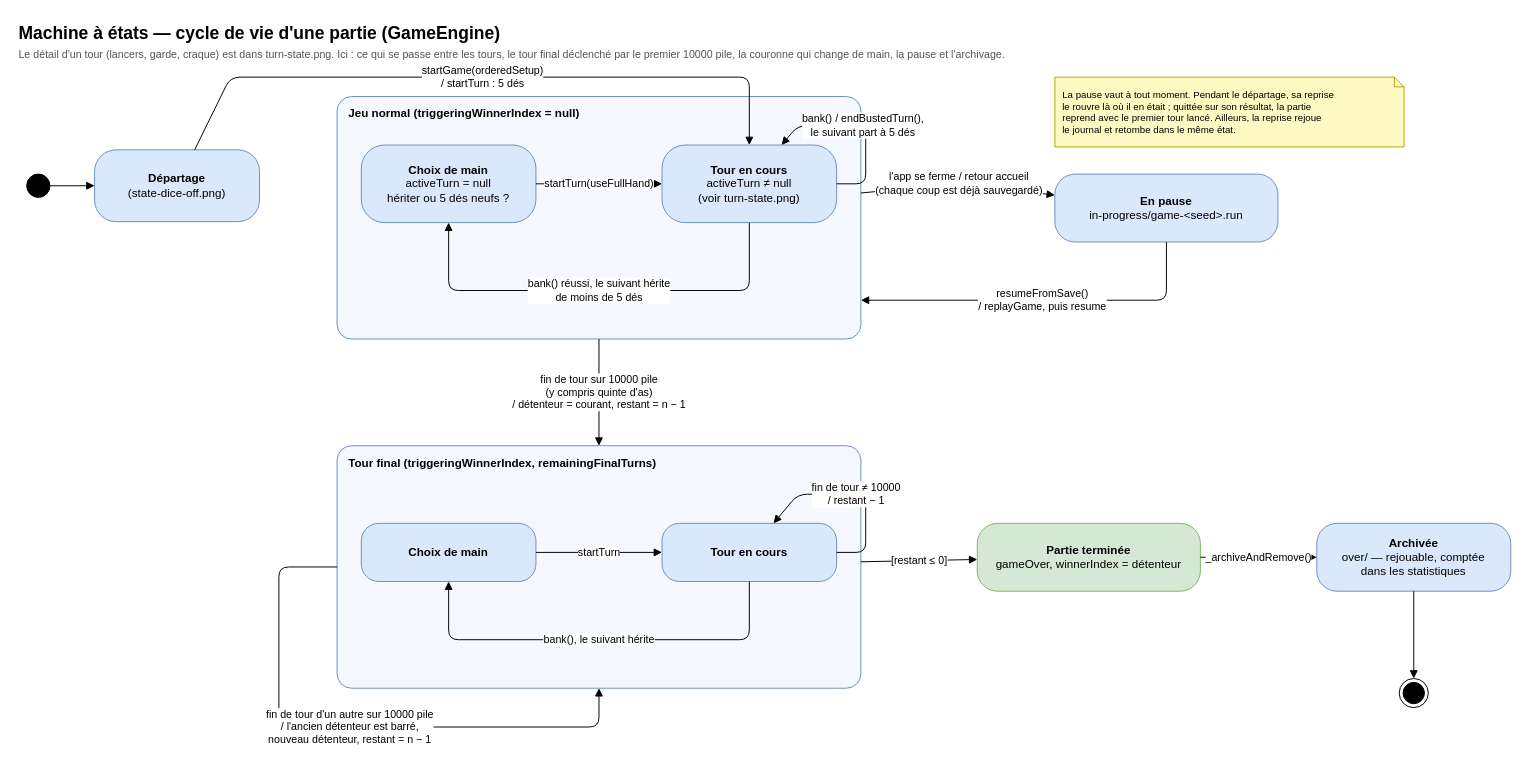
Above: docs/uml/state-game.drawio in microscotch/tenk (draw.io), before the change. Source tidied: cells renumbered, new cells numbered last; positions are measured from the earlier drawing's top-left corner, leaving out a move shared by most shapes. Both pictures are drawn from the tidied source at 97%, with x=0, y=0 at pixel (16, 16).
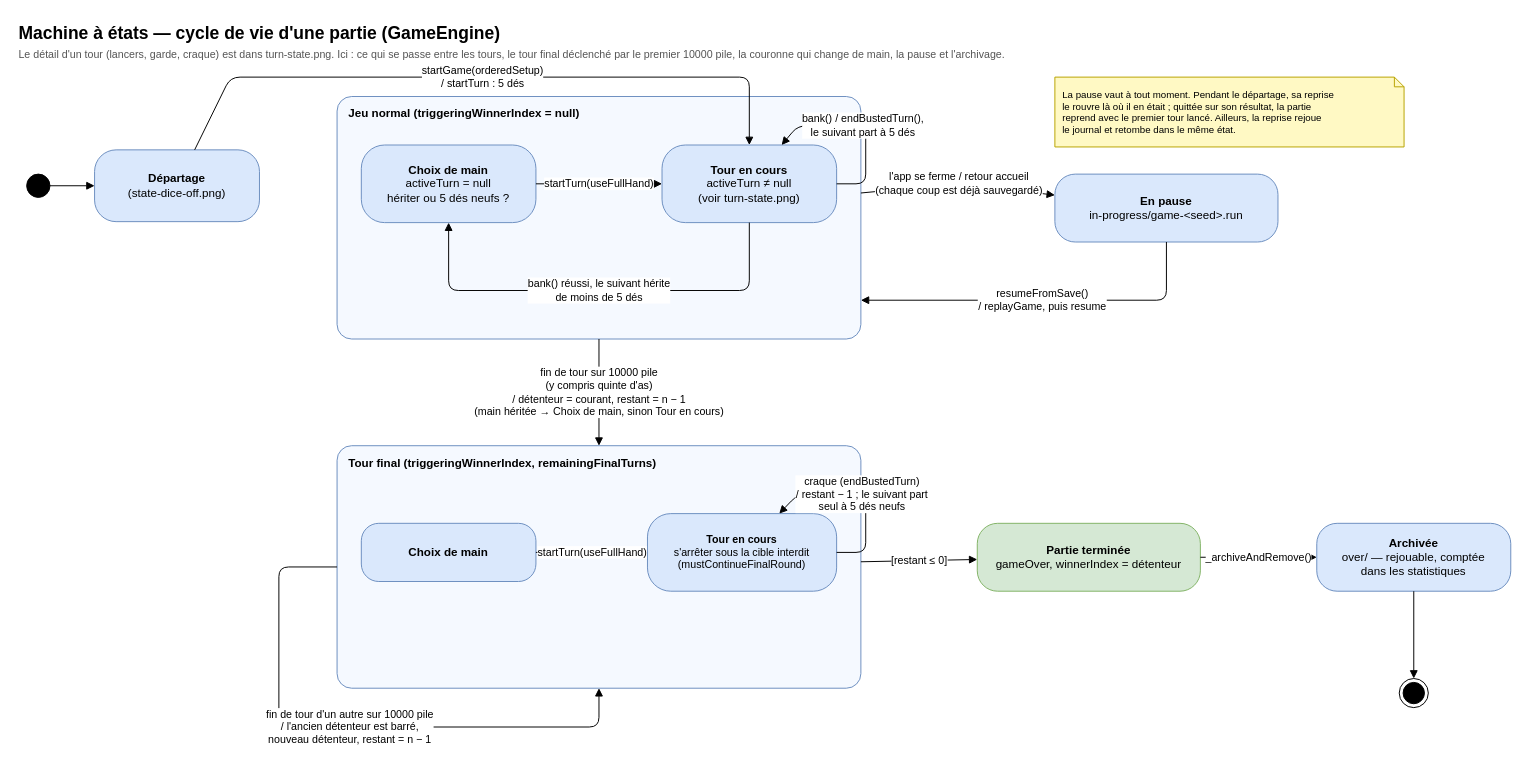
The same page after the edit.

The change refers to these unchanged cells:
```xml
<mxCell id="6" value="Jeu normal   (triggeringWinnerIndex = null)" style="rounded=1;arcSize=6;whiteSpace=wrap;html=1;fontSize=12;fontStyle=1;verticalAlign=top;align=left;spacingLeft=10;spacingTop=4;fillColor=#f5f9ff;strokeColor=#6c8ebf;dashed=0;" parent="1" vertex="1">
  <mxGeometry x="330" y="82" width="540" height="250" as="geometry" />
</mxCell>
<mxCell id="9" value="Tour final   (triggeringWinnerIndex, remainingFinalTurns)" style="rounded=1;arcSize=6;whiteSpace=wrap;html=1;fontSize=12;fontStyle=1;verticalAlign=top;align=left;spacingLeft=10;spacingTop=4;fillColor=#f5f9ff;strokeColor=#6c8ebf;dashed=0;" parent="1" vertex="1">
  <mxGeometry x="330" y="442" width="540" height="250" as="geometry" />
</mxCell>
<mxCell id="10" value="&lt;b&gt;Choix de main&lt;/b&gt;" style="rounded=1;arcSize=30;whiteSpace=wrap;html=1;fontSize=12;fillColor=#dae8fc;strokeColor=#6c8ebf;" parent="1" vertex="1">
  <mxGeometry x="355" y="522" width="180" height="60" as="geometry" />
</mxCell>
```

What changed in the source:
```diff
@@
-    <mxCell id="11" value="&lt;b&gt;Tour en cours&lt;/b&gt;" style="rounded=1;arcSize=30;whiteSpace=wrap;html=1;fontSize=12;fillColor=#dae8fc;strokeColor=#6c8ebf;" parent="1" vertex="1">
-      <mxGeometry x="665" y="522" width="180" height="60" as="geometry" />
+    <mxCell id="11" value="&lt;b&gt;Tour en cours&lt;/b&gt;&lt;br/&gt;s'arrêter sous la cible interdit&lt;br/&gt;(mustContinueFinalRound)" style="rounded=1;arcSize=30;whiteSpace=wrap;html=1;fontSize=11;fillColor=#dae8fc;strokeColor=#6c8ebf;" parent="1" vertex="1">
+      <mxGeometry x="650" y="512" width="195" height="80" as="geometry" />
     </mxCell>
@@
-    <mxCell id="21" value="fin de tour sur 10000 pile&lt;br/&gt;(y compris quinte d'as)&lt;br/&gt;/ détenteur = courant, restant = n − 1" style="endArrow=block;endFill=1;html=1;fontSize=11;labelBackgroundColor=#ffffff;rounded=1;" parent="1" edge="1" source="6" target="9">
+    <mxCell id="21" value="fin de tour sur 10000 pile&lt;br/&gt;(y compris quinte d'as)&lt;br/&gt;/ détenteur = courant, restant = n − 1&lt;br/&gt;(main héritée → Choix de main, sinon Tour en cours)" style="endArrow=block;endFill=1;html=1;fontSize=11;labelBackgroundColor=#ffffff;rounded=1;" parent="1" edge="1" source="6" target="9">
       <mxGeometry relative="1" as="geometry" />
     </mxCell>
@@
-    <mxCell id="23" value="startTurn" style="endArrow=block;endFill=1;html=1;fontSize=11;labelBackgroundColor=#ffffff;rounded=1;" parent="1" edge="1" source="10" target="11">
+    <mxCell id="23" value="startTurn(useFullHand)" style="endArrow=block;endFill=1;html=1;fontSize=11;labelBackgroundColor=#ffffff;rounded=1;" parent="1" edge="1" source="10" target="11">
       <mxGeometry relative="1" as="geometry" />
     </mxCell>
-    <mxCell id="24" value="bank(), le suivant hérite" style="endArrow=block;endFill=1;html=1;fontSize=11;labelBackgroundColor=#ffffff;rounded=1;" parent="1" edge="1" source="11" target="10">
-      <mxGeometry relative="1" as="geometry">
-        <Array as="points">
-          <mxPoint x="755" y="642" />
-          <mxPoint x="445" y="642" />
-        </Array>
-      </mxGeometry>
-    </mxCell>
-    <mxCell id="25" value="fin de tour ≠ 10000&lt;br/&gt;/ restant − 1" style="endArrow=block;endFill=1;html=1;fontSize=11;labelBackgroundColor=#ffffff;rounded=1;" parent="1" edge="1" source="11" target="11">
+    <mxCell id="25" value="craque (endBustedTurn)&lt;br/&gt;/ restant − 1 ; le suivant part&lt;br/&gt;seul à 5 dés neufs" style="endArrow=block;endFill=1;html=1;fontSize=11;labelBackgroundColor=#ffffff;rounded=1;" parent="1" edge="1" source="11" target="11">
       <mxGeometry relative="1" as="geometry">
         <Array as="points">
           <mxPoint x="875" y="552" />
           <mxPoint x="875" y="492" />
           <mxPoint x="805" y="492" />
         </Array>
       </mxGeometry>
     </mxCell>
```
